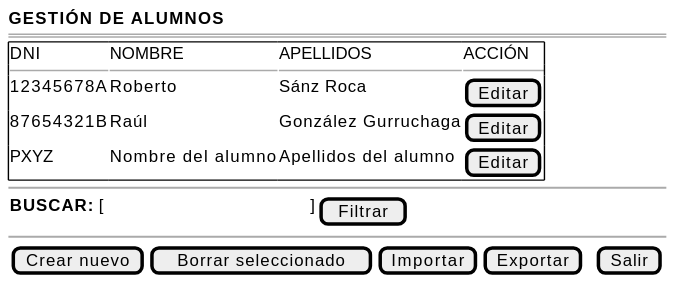
Above: documents/casos-de-uso/prototipadoCasosDeUso/verAlumnos/verAlumnos.svg in martinlopez7/25-26-IdSw1-SdR (PlantUML), before the change.
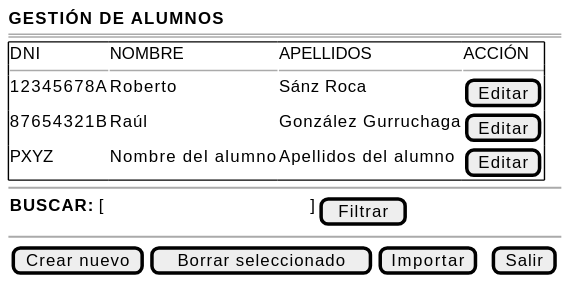
Later version of the same file.

Change to the diagram source:
```diff
@@ -11,6 +11,6 @@
   ~~
   {<b>BUSCAR:</b> [                                      ] | [Filtrar]}
   ~~
-  { [Crear nuevo] | [Borrar seleccionado] | [Importar] | [Exportar] | . | [Salir] }
+  { [Crear nuevo] | [Borrar seleccionado] | [Importar] | . | [Salir] }
 }
 @endsalt
```
